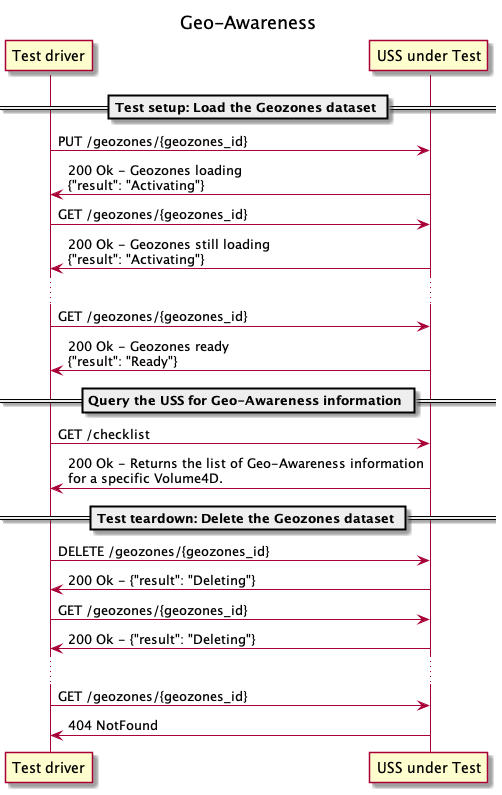
interuss/dss keeps this PlantUML diagram as interfaces/automated-testing/geo-awareness/design/sequence.png. Above is the earlier version. Its diagram source:
```plantuml
@startuml
title Geo-Awareness

participant TD as "Test driver"
participant U as "USS under Test"

== Test setup: Load the Geozones dataset ==
TD -> U: PUT /geozones/{geozones_id}
TD <- U: 200 Ok - Geozones loading\n{"result": "Activating"}

TD -> U: GET /geozones/{geozones_id}
TD <- U: 200 Ok - Geozones still loading\n{"result": "Activating"}

...

TD -> U: GET /geozones/{geozones_id}
TD <- U: 200 Ok - Geozones ready\n{"result": "Ready"}

== Query the USS for Geo-Awareness information ==

TD -> U: GET /checklist
TD <- U: 200 Ok - Returns the list of Geo-Awareness information\nfor a specific Volume4D.

== Test teardown: Delete the Geozones dataset ==

TD -> U: DELETE /geozones/{geozones_id}
TD <- U: 200 Ok - {"result": "Deleting"}

TD -> U: GET /geozones/{geozones_id}
TD <- U: 200 Ok - {"result": "Deleting"}

...

TD -> U: GET /geozones/{geozones_id}
TD <- U: 404 NotFound

@enduml
```
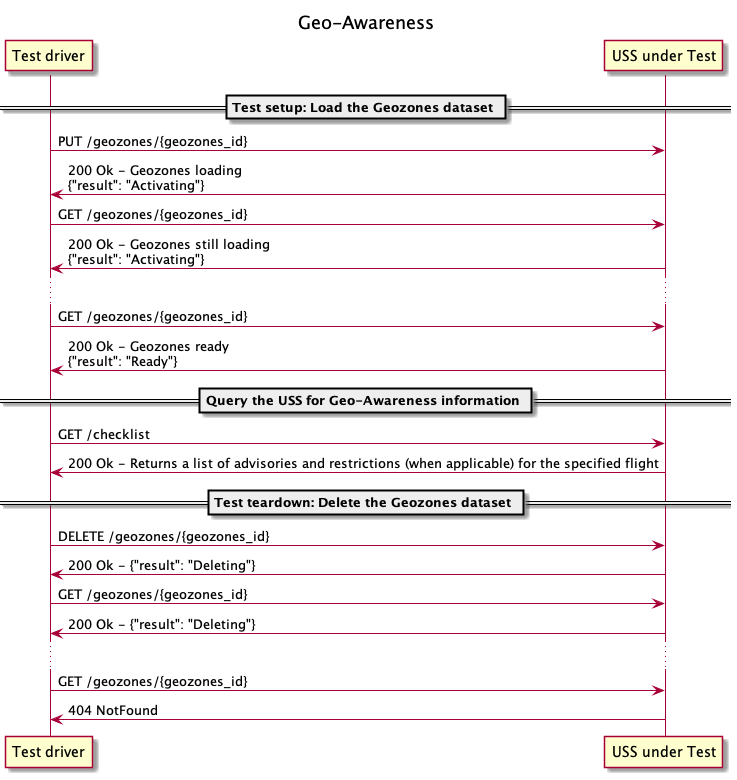
The same diagram one commit later.

The edit, as a diff of the source:
```diff
@@ -19,7 +19,7 @@
 == Query the USS for Geo-Awareness information ==
 
 TD -> U: GET /checklist
-TD <- U: 200 Ok - Returns the list of Geo-Awareness information\nfor a specific Volume4D.
+TD <- U: 200 Ok - Returns a list of advisories and restrictions (when applicable) for the specified flight
 
 == Test teardown: Delete the Geozones dataset ==
 
```
